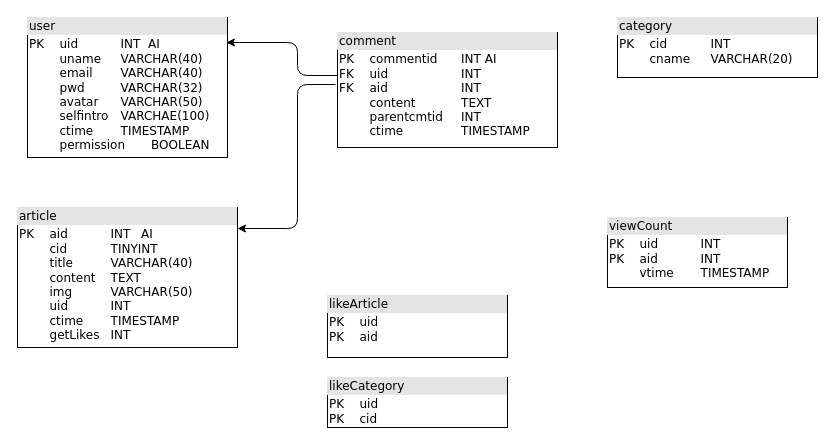
Above: SA/資料庫規劃.drawio in fluyrfy/NoteBlog (draw.io), before the change. Source tidied: cells renumbered, new cells numbered last; positions are measured from the earlier drawing's top-left corner, leaving out a move shared by most shapes. Both pictures are drawn from the tidied source at 100%, with x=0, y=0 at pixel (17, 17).
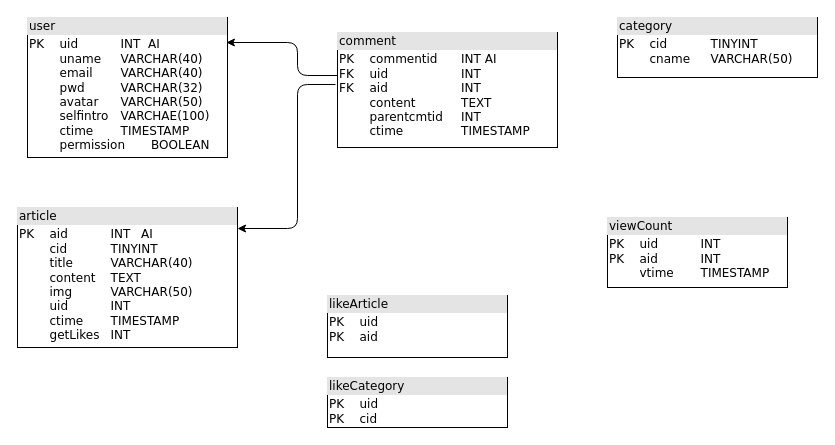
Above is the later version.

What changed in the source:
```diff
@@
 <mxGraphModel>
   <root>
     <mxCell id="0" />
     <mxCell id="1" parent="0" />
     <mxCell id="2" value="&lt;div style=&quot;box-sizing: border-box ; width: 100% ; background: #e4e4e4 ; padding: 2px&quot;&gt;article&lt;/div&gt;&lt;table style=&quot;width: 100% ; font-size: 1em&quot; cellpadding=&quot;2&quot; cellspacing=&quot;0&quot;&gt;&lt;tbody&gt;&lt;tr&gt;&lt;td&gt;PK&lt;span&gt;&#9;&lt;span style=&quot;white-space: pre&quot;&gt;&#9;&lt;/span&gt;&lt;/span&gt;aid&lt;span&gt;&#9;&lt;span style=&quot;white-space: pre&quot;&gt;&#9;&lt;/span&gt;&lt;span style=&quot;white-space: pre&quot;&gt;&#9;&lt;/span&gt;&lt;/span&gt;INT&lt;span style=&quot;white-space: pre&quot;&gt;&#9;&lt;/span&gt;AI&lt;br&gt;&lt;span&gt;&#9;&lt;/span&gt;&lt;span style=&quot;white-space: pre&quot;&gt;&#9;&lt;/span&gt;cid&lt;span style=&quot;white-space: pre&quot;&gt;&#9;&lt;/span&gt;&lt;span style=&quot;white-space: pre&quot;&gt;&#9;&lt;/span&gt;TINYINT&lt;span&gt;&lt;/span&gt;&lt;br&gt;&lt;span&gt;&#9;&lt;/span&gt;&lt;span&gt;&#9;&lt;/span&gt;&lt;span style=&quot;white-space: pre&quot;&gt;&#9;&lt;/span&gt;title&lt;span style=&quot;white-space: pre&quot;&gt;&#9;&lt;/span&gt;&lt;span style=&quot;white-space: pre&quot;&gt;&#9;&lt;/span&gt;VARCHAR(40)&lt;br&gt;&lt;span&gt;&#9;&lt;/span&gt;&lt;span&gt;&#9;&lt;/span&gt;&lt;span style=&quot;white-space: pre&quot;&gt;&#9;&lt;/span&gt;content&lt;span style=&quot;white-space: pre&quot;&gt;&#9;&lt;/span&gt;TEXT&lt;br&gt;&lt;span style=&quot;white-space: pre&quot;&gt;&#9;&lt;/span&gt;img&lt;span style=&quot;white-space: pre&quot;&gt;&#9;&lt;/span&gt;&lt;span style=&quot;white-space: pre&quot;&gt;&#9;&lt;/span&gt;VARCHAR(50)&lt;br&gt;&lt;span&gt;&#9;&lt;/span&gt;&lt;span style=&quot;white-space: pre&quot;&gt;&#9;&lt;/span&gt;uid&lt;span style=&quot;white-space: pre&quot;&gt;&#9;&lt;/span&gt;&lt;span style=&quot;white-space: pre&quot;&gt;&#9;&lt;/span&gt;INT&lt;br&gt;&lt;span&gt;&#9;&lt;/span&gt;&lt;span style=&quot;white-space: pre&quot;&gt;&#9;&lt;/span&gt;ctime&lt;span style=&quot;white-space: pre&quot;&gt;&#9;&lt;/span&gt;TIMESTAMP&lt;br&gt;&lt;span&gt;&#9;&lt;/span&gt;&lt;span&gt;&#9;&lt;/span&gt;&lt;span style=&quot;white-space: pre&quot;&gt;&#9;&lt;/span&gt;getLikes&lt;span style=&quot;white-space: pre&quot;&gt;&#9;&lt;/span&gt;INT&lt;br&gt;&lt;/td&gt;&lt;td&gt;&lt;/td&gt;&lt;/tr&gt;&lt;/tbody&gt;&lt;/table&gt;" style="verticalAlign=top;align=left;overflow=fill;html=1;rounded=0;shadow=0;comic=0;labelBackgroundColor=none;strokeWidth=1;fontFamily=Verdana;fontSize=12;" parent="1" vertex="1">
       <mxGeometry y="190" width="220" height="140" as="geometry" />
     </mxCell>
     <mxCell id="3" value="&lt;div style=&quot;box-sizing: border-box ; width: 100% ; background: #e4e4e4 ; padding: 2px&quot;&gt;user&lt;/div&gt;&lt;table style=&quot;width: 100% ; font-size: 1em&quot; cellpadding=&quot;2&quot; cellspacing=&quot;0&quot;&gt;&lt;tbody&gt;&lt;tr&gt;&lt;td&gt;PK&lt;span style=&quot;white-space: pre&quot;&gt;&#9;&lt;/span&gt;uid&lt;span style=&quot;white-space: pre&quot;&gt;&#9;&lt;span style=&quot;white-space: pre&quot;&gt;&#9;&lt;/span&gt;&lt;/span&gt;INT&amp;nbsp; AI&lt;span style=&quot;white-space: pre&quot;&gt;&#9;&lt;/span&gt;&lt;br&gt;&lt;span style=&quot;white-space: pre&quot;&gt;&#9;&lt;/span&gt;uname&lt;span style=&quot;white-space: pre&quot;&gt;&#9;&lt;/span&gt;VARCHAR(40)&lt;br&gt;&lt;span style=&quot;white-space: pre&quot;&gt;&#9;&lt;/span&gt;email&lt;span style=&quot;white-space: pre&quot;&gt;&#9;&lt;/span&gt;VARCHAR(40)&lt;br&gt;&lt;span style=&quot;white-space: pre&quot;&gt;&#9;&lt;/span&gt;pwd&lt;span style=&quot;white-space: pre&quot;&gt;&#9;&lt;/span&gt;&lt;span style=&quot;white-space: pre&quot;&gt;&#9;&lt;/span&gt;VARCHAR(32)&lt;br&gt;&lt;span style=&quot;white-space: pre&quot;&gt;&#9;&lt;/span&gt;avatar&lt;span style=&quot;white-space: pre&quot;&gt;&#9;&lt;/span&gt;VARCHAR(50)&lt;br&gt;&lt;span style=&quot;white-space: pre&quot;&gt;&#9;&lt;/span&gt;selfintro&lt;span style=&quot;white-space: pre&quot;&gt;&#9;&lt;/span&gt;VARCHAE(100)&lt;br&gt;&lt;span style=&quot;white-space: pre&quot;&gt;&#9;&lt;/span&gt;ctime&lt;span style=&quot;white-space: pre&quot;&gt;&#9;&lt;/span&gt;TIMESTAMP&lt;br&gt;&lt;span style=&quot;white-space: pre&quot;&gt;&#9;&lt;/span&gt;permission&lt;span style=&quot;white-space: pre&quot;&gt;&#9;&lt;/span&gt;BOOLEAN&lt;br&gt;&lt;/td&gt;&lt;td&gt;&lt;/td&gt;&lt;/tr&gt;&lt;/tbody&gt;&lt;/table&gt;" style="verticalAlign=top;align=left;overflow=fill;html=1;rounded=0;shadow=0;comic=0;labelBackgroundColor=none;strokeWidth=1;fontFamily=Verdana;fontSize=12;" parent="1" vertex="1">
       <mxGeometry x="10" width="200" height="140" as="geometry" />
     </mxCell>
     <mxCell id="4" value="&lt;div style=&quot;box-sizing: border-box ; width: 100% ; background: #e4e4e4 ; padding: 2px&quot;&gt;comment&lt;/div&gt;&lt;table style=&quot;width: 100% ; font-size: 1em&quot; cellpadding=&quot;2&quot; cellspacing=&quot;0&quot;&gt;&lt;tbody&gt;&lt;tr&gt;&lt;td&gt;PK&lt;span style=&quot;white-space: pre&quot;&gt;&#9;&lt;/span&gt;commentid&lt;span style=&quot;white-space: pre&quot;&gt;&#9;&lt;/span&gt;INT AI&lt;br&gt;FK&lt;span style=&quot;white-space: pre&quot;&gt;&#9;&lt;/span&gt;uid&lt;span style=&quot;white-space: pre&quot;&gt;&#9;&lt;/span&gt;&lt;span style=&quot;white-space: pre&quot;&gt;&#9;&lt;/span&gt;&lt;span style=&quot;white-space: pre&quot;&gt;&#9;&lt;/span&gt;INT&lt;br&gt;FK&lt;span style=&quot;white-space: pre&quot;&gt;&#9;&lt;/span&gt;aid&lt;span style=&quot;white-space: pre&quot;&gt;&#9;&lt;/span&gt;&lt;span style=&quot;white-space: pre&quot;&gt;&#9;&lt;/span&gt;&lt;span style=&quot;white-space: pre&quot;&gt;&#9;&lt;/span&gt;INT&lt;br&gt;&lt;span style=&quot;white-space: pre&quot;&gt;&#9;&lt;/span&gt;content&lt;span style=&quot;white-space: pre&quot;&gt;&#9;&lt;/span&gt;&lt;span style=&quot;white-space: pre&quot;&gt;&#9;&lt;/span&gt;TEXT&lt;br&gt;&lt;span style=&quot;white-space: pre&quot;&gt;&#9;&lt;/span&gt;parentcmtid&lt;span style=&quot;white-space: pre&quot;&gt;&#9;&lt;/span&gt;INT&lt;br&gt;&lt;span style=&quot;white-space: pre&quot;&gt;&#9;&lt;/span&gt;ctime&lt;span style=&quot;white-space: pre&quot;&gt;&#9;&lt;/span&gt;&lt;span style=&quot;white-space: pre&quot;&gt;&#9;&lt;/span&gt;TIMESTAMP&lt;br&gt;&lt;/td&gt;&lt;td&gt;&lt;/td&gt;&lt;/tr&gt;&lt;/tbody&gt;&lt;/table&gt;" style="verticalAlign=top;align=left;overflow=fill;html=1;rounded=0;shadow=0;comic=0;labelBackgroundColor=none;strokeWidth=1;fontFamily=Verdana;fontSize=12;" parent="1" vertex="1">
       <mxGeometry x="320" y="15" width="220" height="115" as="geometry" />
     </mxCell>
     <mxCell id="5" style="endArrow=classic;html=1;entryX=0.994;entryY=0.157;entryDx=0;entryDy=0;entryPerimeter=0;exitX=0;exitY=0.5;exitDx=0;exitDy=0;" parent="1" edge="1">
       <mxGeometry relative="1" as="geometry">
         <mxPoint x="320" y="58" as="sourcePoint" />
         <mxPoint x="208.9" y="25" as="targetPoint" />
         <Array as="points">
           <mxPoint x="280" y="58" />
           <mxPoint x="280" y="25" />
         </Array>
       </mxGeometry>
     </mxCell>
     <mxCell id="6" style="endArrow=classic;html=1;" parent="1" edge="1">
       <mxGeometry relative="1" as="geometry">
         <mxPoint x="318" y="67" as="sourcePoint" />
         <mxPoint x="220" y="211" as="targetPoint" />
         <Array as="points">
           <mxPoint x="280" y="67" />
           <mxPoint x="280" y="211" />
         </Array>
       </mxGeometry>
     </mxCell>
     <mxCell id="7" value="&lt;div style=&quot;box-sizing: border-box ; width: 100% ; background: #e4e4e4 ; padding: 2px&quot;&gt;likeArticle&lt;/div&gt;&lt;table style=&quot;width: 100% ; font-size: 1em&quot; cellpadding=&quot;2&quot; cellspacing=&quot;0&quot;&gt;&lt;tbody&gt;&lt;tr&gt;&lt;td&gt;PK&lt;span style=&quot;white-space: pre&quot;&gt;&#9;&lt;/span&gt;uid&lt;br&gt;PK&lt;span style=&quot;white-space: pre&quot;&gt;&#9;&lt;/span&gt;aid&lt;br&gt;&lt;/td&gt;&lt;td&gt;&lt;/td&gt;&lt;/tr&gt;&lt;/tbody&gt;&lt;/table&gt;" style="verticalAlign=top;align=left;overflow=fill;html=1;rounded=0;shadow=0;comic=0;labelBackgroundColor=none;strokeWidth=1;fontFamily=Verdana;fontSize=12;" parent="1" vertex="1">
       <mxGeometry x="310" y="278" width="180" height="62" as="geometry" />
     </mxCell>
-    <mxCell id="8" value="&lt;div style=&quot;box-sizing: border-box ; width: 100% ; background: #e4e4e4 ; padding: 2px&quot;&gt;category&lt;/div&gt;&lt;table style=&quot;width: 100% ; font-size: 1em&quot; cellpadding=&quot;2&quot; cellspacing=&quot;0&quot;&gt;&lt;tbody&gt;&lt;tr&gt;&lt;td&gt;PK&lt;span style=&quot;white-space: pre&quot;&gt;&#9;&lt;/span&gt;cid&lt;span style=&quot;white-space: pre&quot;&gt;&#9;&lt;/span&gt;&lt;span style=&quot;white-space: pre&quot;&gt;&#9;&lt;/span&gt;INT&lt;br&gt;&lt;span style=&quot;white-space: pre&quot;&gt;&#9;&lt;/span&gt;cname&lt;span style=&quot;white-space: pre&quot;&gt;&#9;&lt;/span&gt;VARCHAR(20)&lt;br&gt;&lt;br&gt;&lt;/td&gt;&lt;td&gt;&lt;/td&gt;&lt;/tr&gt;&lt;/tbody&gt;&lt;/table&gt;" style="verticalAlign=top;align=left;overflow=fill;html=1;rounded=0;shadow=0;comic=0;labelBackgroundColor=none;strokeWidth=1;fontFamily=Verdana;fontSize=12;" parent="1" vertex="1">
+    <mxCell id="8" value="&lt;div style=&quot;box-sizing: border-box ; width: 100% ; background: #e4e4e4 ; padding: 2px&quot;&gt;category&lt;/div&gt;&lt;table style=&quot;width: 100% ; font-size: 1em&quot; cellpadding=&quot;2&quot; cellspacing=&quot;0&quot;&gt;&lt;tbody&gt;&lt;tr&gt;&lt;td&gt;PK&lt;span style=&quot;white-space: pre&quot;&gt;&#9;&lt;/span&gt;cid&lt;span style=&quot;white-space: pre&quot;&gt;&#9;&lt;/span&gt;&lt;span style=&quot;white-space: pre&quot;&gt;&#9;&lt;/span&gt;TINYINT&lt;br&gt;&lt;span style=&quot;white-space: pre&quot;&gt;&#9;&lt;/span&gt;cname&lt;span style=&quot;white-space: pre&quot;&gt;&#9;&lt;/span&gt;VARCHAR(50)&lt;br&gt;&lt;br&gt;&lt;/td&gt;&lt;td&gt;&lt;/td&gt;&lt;/tr&gt;&lt;/tbody&gt;&lt;/table&gt;" style="verticalAlign=top;align=left;overflow=fill;html=1;rounded=0;shadow=0;comic=0;labelBackgroundColor=none;strokeWidth=1;fontFamily=Verdana;fontSize=12;" parent="1" vertex="1">
       <mxGeometry x="600" width="200" height="60" as="geometry" />
     </mxCell>
     <mxCell id="9" value="&lt;div style=&quot;box-sizing: border-box ; width: 100% ; background: #e4e4e4 ; padding: 2px&quot;&gt;viewCount&lt;/div&gt;&lt;table style=&quot;width: 100% ; font-size: 1em&quot; cellpadding=&quot;2&quot; cellspacing=&quot;0&quot;&gt;&lt;tbody&gt;&lt;tr&gt;&lt;td&gt;PK&lt;span style=&quot;white-space: pre&quot;&gt;&#9;&lt;/span&gt;uid&lt;span style=&quot;white-space: pre&quot;&gt;&#9;&lt;/span&gt;&lt;span style=&quot;white-space: pre&quot;&gt;&#9;&lt;/span&gt;INT&lt;br&gt;PK&lt;span style=&quot;white-space: pre&quot;&gt;&#9;&lt;/span&gt;aid&lt;span style=&quot;white-space: pre&quot;&gt;&#9;&lt;/span&gt;&lt;span style=&quot;white-space: pre&quot;&gt;&#9;&lt;/span&gt;INT&lt;br&gt;&lt;span style=&quot;white-space: pre&quot;&gt;&#9;&lt;/span&gt;vtime&lt;span style=&quot;white-space: pre&quot;&gt;&#9;&lt;/span&gt;TIMESTAMP&lt;br&gt;&lt;/td&gt;&lt;td&gt;&lt;/td&gt;&lt;/tr&gt;&lt;/tbody&gt;&lt;/table&gt;" style="verticalAlign=top;align=left;overflow=fill;html=1;rounded=0;shadow=0;comic=0;labelBackgroundColor=none;strokeWidth=1;fontFamily=Verdana;fontSize=12;" parent="1" vertex="1">
       <mxGeometry x="590" y="200" width="180" height="70" as="geometry" />
     </mxCell>
     <mxCell id="10" value="&lt;div style=&quot;box-sizing: border-box ; width: 100% ; background: #e4e4e4 ; padding: 2px&quot;&gt;likeCategory&lt;/div&gt;&lt;table style=&quot;width: 100% ; font-size: 1em&quot; cellpadding=&quot;2&quot; cellspacing=&quot;0&quot;&gt;&lt;tbody&gt;&lt;tr&gt;&lt;td&gt;PK&lt;span style=&quot;white-space: pre&quot;&gt;&#9;&lt;/span&gt;uid&lt;br&gt;PK&lt;span style=&quot;white-space: pre&quot;&gt;&#9;&lt;/span&gt;cid&lt;br&gt;&lt;/td&gt;&lt;td&gt;&lt;/td&gt;&lt;/tr&gt;&lt;/tbody&gt;&lt;/table&gt;" style="verticalAlign=top;align=left;overflow=fill;html=1;rounded=0;shadow=0;comic=0;labelBackgroundColor=none;strokeWidth=1;fontFamily=Verdana;fontSize=12;" parent="1" vertex="1">
       <mxGeometry x="310" y="360" width="180" height="50" as="geometry" />
     </mxCell>
   </root>
 </mxGraphModel>
```
